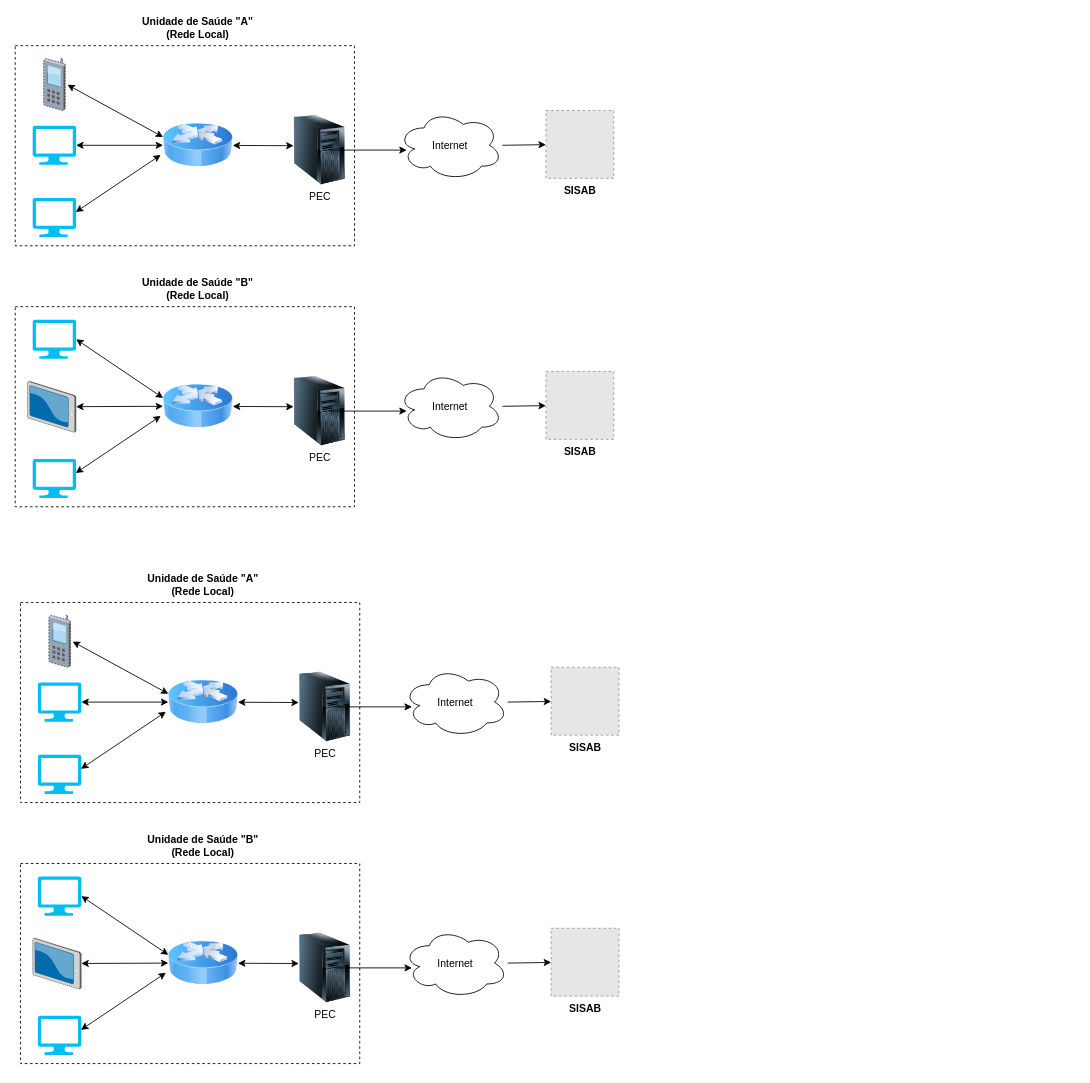
Above: Untitled Diagram.drawio in cwsdevops/scripts-eSUS-APS (draw.io), before the change. Source tidied: cells renumbered, new cells numbered last; positions are measured from the earlier drawing's top-left corner, leaving out a move shared by most shapes. Both pictures are drawn from the tidied source at 87%, with x=0, y=0 at pixel (15, 15). Pictures stored in the file or linked from it are replaced by grey dashed boxes.
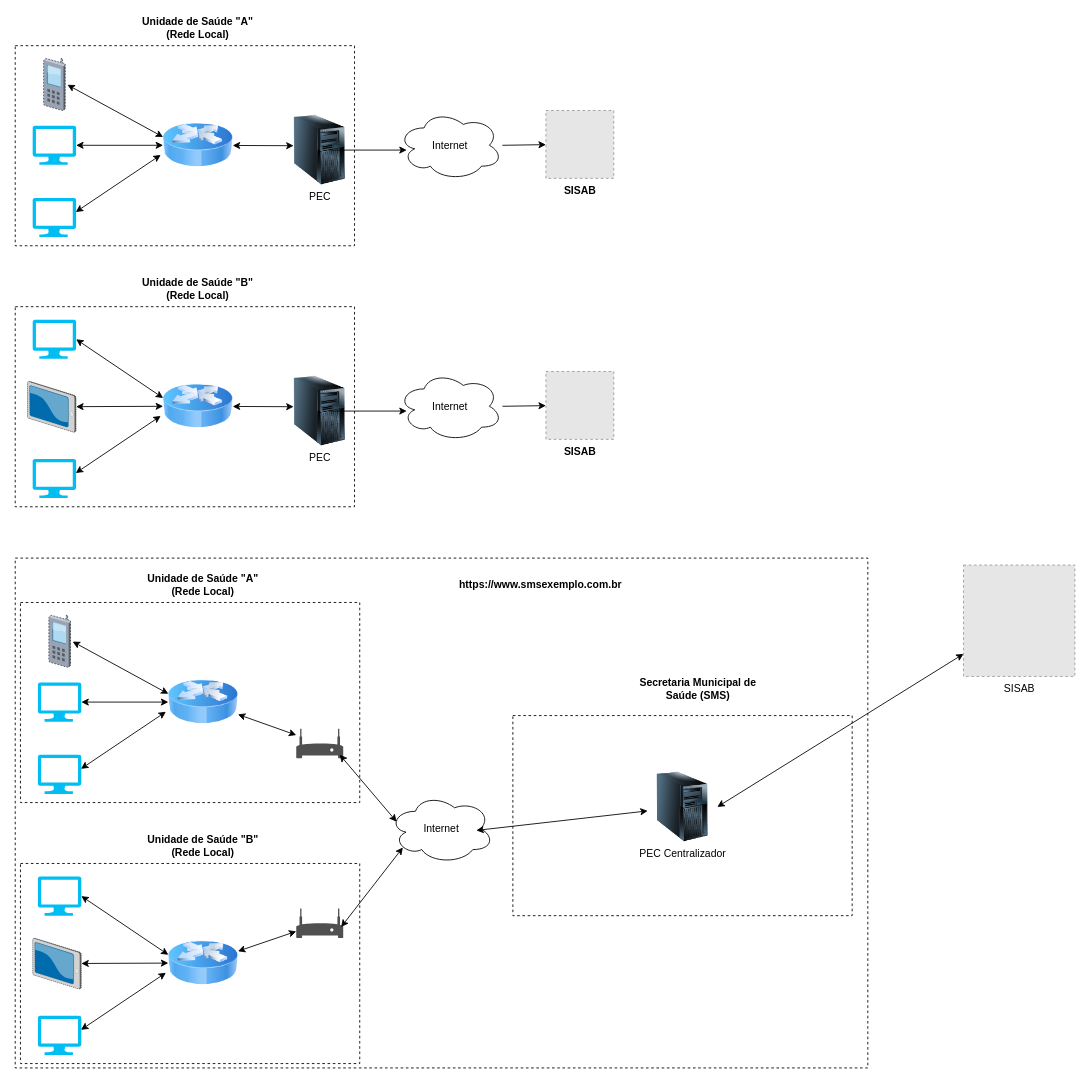
Above is the later version.

Unchanged cells that the change refers to:
```xml
<mxCell id="38" style="image;html=1;image=img/lib/clip_art/networking/Router_Icon_128x128.png;" parent="1" vertex="1">
  <mxGeometry x="176" y="749.5" width="80" height="80" as="geometry" />
</mxCell>
<mxCell id="52" style="image;html=1;image=img/lib/clip_art/networking/Router_Icon_128x128.png;" parent="1" vertex="1">
  <mxGeometry x="176" y="1049.5" width="80" height="80" as="geometry" />
</mxCell>
```

Diff of the diagram source:
```diff
@@
+    <mxCell id="62" style="rounded=0;whiteSpace=wrap;html=1;fillColor=none;dashed=1;" parent="1" vertex="1">
+      <mxGeometry y="624" width="980" height="586" as="geometry" />
+    </mxCell>
@@
-    <mxCell id="35" value="Internet" style="ellipse;shape=cloud;whiteSpace=wrap;html=1;" parent="1" vertex="1">
-      <mxGeometry x="446" y="749.5" width="120" height="80" as="geometry" />
-    </mxCell>
-    <mxCell id="36" value="&lt;b&gt;SISAB&lt;/b&gt;" style="fillColor=#E6E6E6;strokeColor=#999999;dashed=1;html=1;verticalAlign=top;verticalLabelPosition=bottom;labelBackgroundColor=#ffffff;" parent="1" vertex="1">
-      <mxGeometry x="616" y="749.5" width="78" height="78" as="geometry" />
-    </mxCell>
-    <mxCell id="37" style="endArrow=classic;html=1;rounded=0;" parent="1" edge="1" source="35" target="36">
-      <mxGeometry relative="1" as="geometry" />
-    </mxCell>
@@
-    <mxCell id="39" value="PEC" style="image;html=1;image=img/lib/clip_art/computers/Server_Tower_128x128.png;" parent="1" vertex="1">
-      <mxGeometry x="316" y="755" width="80" height="80" as="geometry" />
-    </mxCell>
@@
-    <mxCell id="44" style="endArrow=classic;startArrow=classic;html=1;rounded=0;" parent="1" edge="1" source="38">
-      <mxGeometry relative="1" as="geometry">
-        <mxPoint x="326" y="790" as="targetPoint" />
-      </mxGeometry>
+    <mxCell id="44" style="endArrow=classic;startArrow=classic;html=1;rounded=0;" parent="1" edge="1" source="38" target="67">
+      <mxGeometry relative="1" as="geometry" />
     </mxCell>
-    <mxCell id="45" style="endArrow=classic;html=1;rounded=0;" parent="1" edge="1">
-      <mxGeometry relative="1" as="geometry">
-        <mxPoint x="366" y="795" as="sourcePoint" />
-        <mxPoint x="456" y="795" as="targetPoint" />
-      </mxGeometry>
-    </mxCell>
@@
-    <mxCell id="49" value="Internet" style="ellipse;shape=cloud;whiteSpace=wrap;html=1;" parent="1" vertex="1">
-      <mxGeometry x="446" y="1049.5" width="120" height="80" as="geometry" />
-    </mxCell>
-    <mxCell id="50" value="&lt;b&gt;SISAB&lt;/b&gt;" style="fillColor=#E6E6E6;strokeColor=#999999;dashed=1;html=1;verticalAlign=top;verticalLabelPosition=bottom;labelBackgroundColor=#ffffff;" parent="1" vertex="1">
-      <mxGeometry x="616" y="1049.5" width="78" height="78" as="geometry" />
-    </mxCell>
-    <mxCell id="51" style="endArrow=classic;html=1;rounded=0;" parent="1" edge="1" source="49" target="50">
-      <mxGeometry relative="1" as="geometry" />
-    </mxCell>
@@
-    <mxCell id="53" value="PEC" style="image;html=1;image=img/lib/clip_art/computers/Server_Tower_128x128.png;" parent="1" vertex="1">
-      <mxGeometry x="316" y="1055" width="80" height="80" as="geometry" />
-    </mxCell>
@@
-    <mxCell id="58" style="endArrow=classic;startArrow=classic;html=1;rounded=0;" parent="1" edge="1" source="52">
-      <mxGeometry relative="1" as="geometry">
-        <mxPoint x="326" y="1090" as="targetPoint" />
-      </mxGeometry>
+    <mxCell id="58" style="endArrow=classic;startArrow=classic;html=1;rounded=0;" parent="1" edge="1" source="52" target="68">
+      <mxGeometry relative="1" as="geometry" />
     </mxCell>
-    <mxCell id="59" style="endArrow=classic;html=1;rounded=0;" parent="1" edge="1">
-      <mxGeometry relative="1" as="geometry">
-        <mxPoint x="366" y="1095" as="sourcePoint" />
-        <mxPoint x="456" y="1095" as="targetPoint" />
-      </mxGeometry>
-    </mxCell>
@@
+    <mxCell id="63" style="rounded=0;whiteSpace=wrap;html=1;fillColor=none;dashed=1;" parent="1" vertex="1">
+      <mxGeometry x="572" y="805" width="390" height="230" as="geometry" />
+    </mxCell>
+    <mxCell id="64" value="Internet" style="ellipse;shape=cloud;whiteSpace=wrap;html=1;" parent="1" vertex="1">
+      <mxGeometry x="430" y="895" width="120" height="80" as="geometry" />
+    </mxCell>
+    <mxCell id="65" value="PEC Centralizador" style="image;html=1;image=img/lib/clip_art/computers/Server_Tower_128x128.png;" parent="1" vertex="1">
+      <mxGeometry x="727" y="870" width="80" height="80" as="geometry" />
+    </mxCell>
+    <mxCell id="66" value="&lt;b&gt;Secretaria Municipal de Saúde (SMS)&lt;/b&gt;" style="text;html=1;strokeColor=none;fillColor=none;align=center;verticalAlign=middle;whiteSpace=wrap;rounded=0;" parent="1" vertex="1">
+      <mxGeometry x="705" y="760" width="160" height="30" as="geometry" />
+    </mxCell>
+    <mxCell id="67" style="sketch=0;shadow=0;dashed=0;html=1;strokeColor=none;fillColor=#505050;labelPosition=center;verticalLabelPosition=bottom;verticalAlign=top;outlineConnect=0;align=center;shape=mxgraph.office.devices.modem;" parent="1" vertex="1">
+      <mxGeometry x="323" y="820" width="54" height="34" as="geometry" />
+    </mxCell>
+    <mxCell id="68" style="sketch=0;shadow=0;dashed=0;html=1;strokeColor=none;fillColor=#505050;labelPosition=center;verticalLabelPosition=bottom;verticalAlign=top;outlineConnect=0;align=center;shape=mxgraph.office.devices.modem;" parent="1" vertex="1">
+      <mxGeometry x="323" y="1026.8" width="54" height="34" as="geometry" />
+    </mxCell>
+    <mxCell id="69" style="endArrow=classic;startArrow=classic;html=1;rounded=0;entryX=0.07;entryY=0.4;entryDx=0;entryDy=0;entryPerimeter=0;" parent="1" edge="1" target="64">
+      <mxGeometry relative="1" as="geometry">
+        <mxPoint x="373" y="850" as="sourcePoint" />
+      </mxGeometry>
+    </mxCell>
+    <mxCell id="70" style="endArrow=classic;startArrow=classic;html=1;rounded=0;entryX=0.13;entryY=0.77;entryDx=0;entryDy=0;entryPerimeter=0;" parent="1" edge="1" target="64">
+      <mxGeometry relative="1" as="geometry">
+        <mxPoint x="374.6" y="1048" as="sourcePoint" />
+      </mxGeometry>
+    </mxCell>
+    <mxCell id="71" style="endArrow=classic;startArrow=classic;html=1;rounded=0;" parent="1" edge="1" target="65">
+      <mxGeometry relative="1" as="geometry">
+        <mxPoint x="530" y="937" as="sourcePoint" />
+      </mxGeometry>
+    </mxCell>
+    <mxCell id="72" style="endArrow=classic;startArrow=classic;html=1;rounded=0;exitX=1;exitY=0.5;exitDx=0;exitDy=0;" parent="1" edge="1" source="65">
+      <mxGeometry relative="1" as="geometry">
+        <mxPoint x="1090" y="734.1" as="targetPoint" />
+      </mxGeometry>
+    </mxCell>
+    <mxCell id="73" value="SISAB" style="fillColor=#E6E6E6;strokeColor=#999999;dashed=1;html=1;verticalAlign=top;verticalLabelPosition=bottom;labelBackgroundColor=#ffffff;" parent="1" vertex="1">
+      <mxGeometry x="1090" y="632" width="128" height="128" as="geometry" />
+    </mxCell>
+    <mxCell id="74" value="&lt;b&gt;https://www.smsexemplo.com.br&lt;/b&gt;" style="text;html=1;strokeColor=none;fillColor=none;align=center;verticalAlign=middle;whiteSpace=wrap;rounded=0;" parent="1" vertex="1">
+      <mxGeometry x="430" y="640" width="348" height="30" as="geometry" />
+    </mxCell>
```
